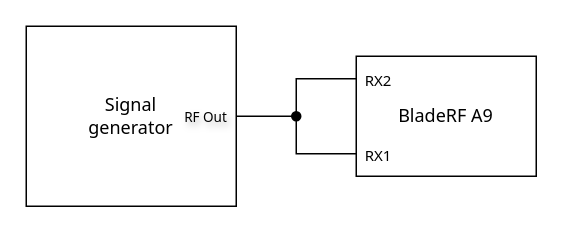
This is 04 Prototype udvikling/Front end/Diagram/Diagram_test.drawio from Scramtv/ESD_P5, a draw.io file, before an edit. Source tidied: cells renumbered, new cells numbered last; positions are measured from the earlier drawing's top-left corner, leaving out a move shared by most shapes. Both pictures are drawn from the tidied source at 150%, with x=0, y=0 at pixel (26, 26).
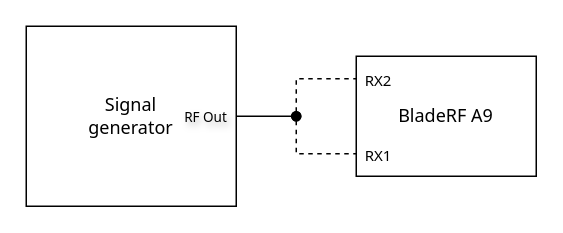
The same page after the edit.

Commit message (it also covers changes not shown here):
Figure til test af front end. Dette indholder matlab script til gain calibering og til efter gain calibaring

Diff of the diagram source:
```diff
@@
 <mxGraphModel>
   <root>
     <mxCell id="0" />
     <mxCell id="1" parent="0" />
     <mxCell id="2" value="BladeRF A9" style="rounded=0;whiteSpace=wrap;html=1;fontFamily=Tahoma;" parent="1" vertex="1">
       <mxGeometry x="220" y="20" width="120" height="80" as="geometry" />
     </mxCell>
     <mxCell id="3" value="Signal&lt;div&gt;generator&lt;/div&gt;" style="rounded=0;whiteSpace=wrap;html=1;rotation=0;fontFamily=Tahoma;direction=east;" parent="1" vertex="1">
       <mxGeometry width="140" height="120" as="geometry" />
     </mxCell>
     <mxCell id="4" value="&lt;font style=&quot;font-size: 9px;&quot;&gt;RF Out&lt;/font&gt;" style="text;html=1;whiteSpace=wrap;strokeColor=none;fillColor=none;align=center;verticalAlign=middle;rounded=0;fontFamily=Tahoma;textShadow=1;" parent="1" vertex="1">
       <mxGeometry x="100" y="45" width="40" height="30" as="geometry" />
     </mxCell>
     <mxCell id="5" value="RX1" style="text;html=1;whiteSpace=wrap;strokeColor=none;fillColor=none;align=center;verticalAlign=middle;rounded=0;fontSize=10;fontFamily=Tahoma;" parent="1" vertex="1">
       <mxGeometry x="220" y="75" width="30" height="20" as="geometry" />
     </mxCell>
     <mxCell id="6" value="RX2" style="text;html=1;whiteSpace=wrap;strokeColor=none;fillColor=none;align=center;verticalAlign=middle;rounded=0;fontSize=10;fontFamily=Tahoma;" parent="1" vertex="1">
       <mxGeometry x="220" y="25" width="30" height="20" as="geometry" />
     </mxCell>
-    <mxCell id="7" style="endArrow=none;html=1;rounded=0;exitX=1;exitY=0.5;exitDx=0;exitDy=0;entryX=0;entryY=0.5;entryDx=0;entryDy=0;" parent="1" edge="1" source="4" target="6">
+    <mxCell id="7" style="endArrow=none;html=1;rounded=0;exitX=1;exitY=0.5;exitDx=0;exitDy=0;" parent="1" edge="1" source="4">
       <mxGeometry relative="1" as="geometry">
-        <Array as="points">
-          <mxPoint x="180" y="60" />
-          <mxPoint x="180" y="35" />
-        </Array>
+        <mxPoint x="180" y="60" as="targetPoint" />
       </mxGeometry>
     </mxCell>
-    <mxCell id="8" style="endArrow=none;html=1;rounded=0;entryX=0;entryY=0.5;entryDx=0;entryDy=0;startArrow=oval;startFill=1;" parent="1" edge="1" target="5">
+    <mxCell id="8" style="endArrow=none;html=1;rounded=0;entryX=0;entryY=0.5;entryDx=0;entryDy=0;startArrow=oval;startFill=1;dashed=1;" parent="1" edge="1" target="5">
       <mxGeometry relative="1" as="geometry">
         <mxPoint x="180" y="60" as="sourcePoint" />
         <Array as="points">
-          <mxPoint x="180" y="80" />
           <mxPoint x="180" y="85" />
         </Array>
       </mxGeometry>
     </mxCell>
+    <mxCell id="9" style="endArrow=none;html=1;rounded=0;entryX=0;entryY=0.5;entryDx=0;entryDy=0;startArrow=oval;startFill=1;dashed=1;" parent="1" edge="1" target="6">
+      <mxGeometry relative="1" as="geometry">
+        <mxPoint x="180" y="60" as="sourcePoint" />
+        <Array as="points">
+          <mxPoint x="180" y="35" />
+        </Array>
+      </mxGeometry>
+    </mxCell>
   </root>
 </mxGraphModel>
```
